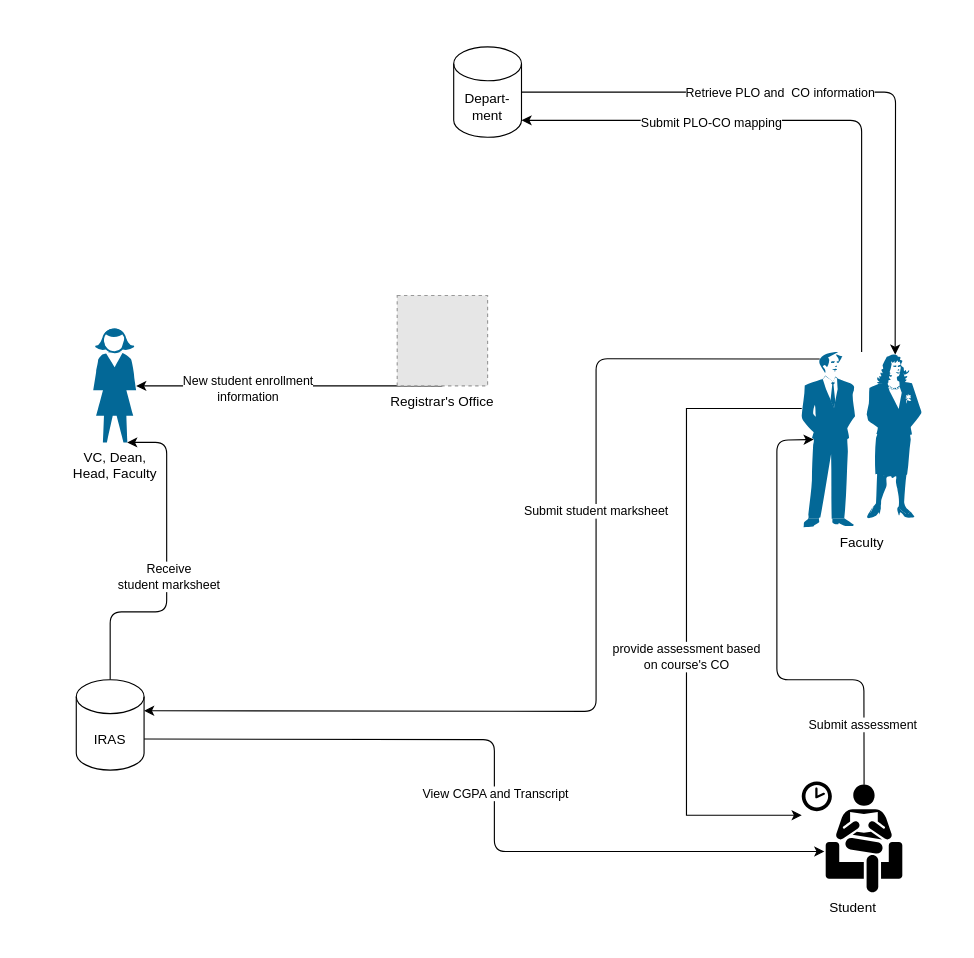
moon672/cse-303-1-spring-2021-group-3 keeps this draw.io diagram as Report/As Is/RichPictureUpdate(1).drawio. Above is the earlier version. Source tidied: cells renumbered, new cells numbered last; positions are measured from the earlier drawing's top-left corner, leaving out a move shared by most shapes. Both pictures are drawn from the tidied source at 113%, with x=0, y=0 at pixel (76, 46). Pictures stored in the file or linked from it are replaced by grey dashed boxes.
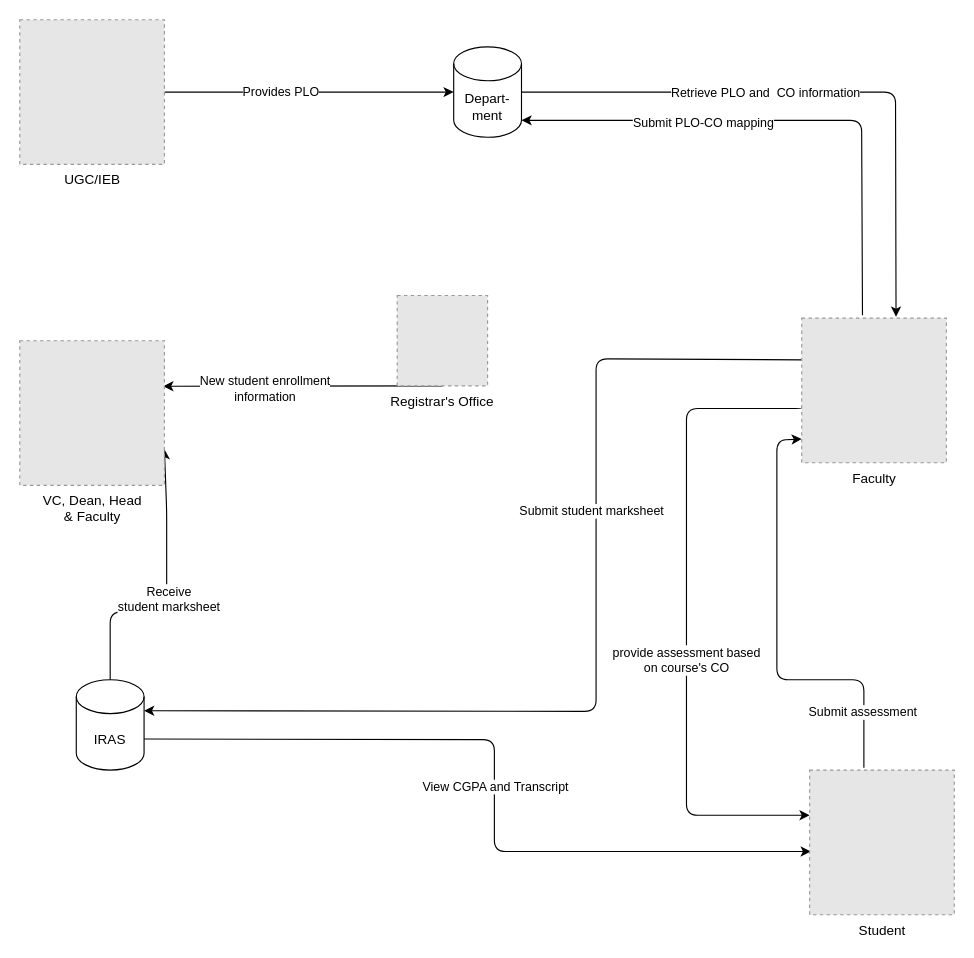
The same diagram, later.

The change refers to these unchanged cells:
```xml
<mxCell id="4" value="Registrar's Office" style="fillColor=#E6E6E6;strokeColor=#999999;dashed=1;verticalLabelPosition=bottom;labelBackgroundColor=#ffffff;verticalAlign=top;" parent="1" vertex="1">
  <mxGeometry x="284" y="220" width="80" height="80" as="geometry" />
</mxCell>
<mxCell id="10" value="Depart-&lt;br&gt;ment" style="shape=cylinder3;whiteSpace=wrap;html=1;boundedLbl=1;backgroundOutline=1;size=15;" parent="1" vertex="1">
  <mxGeometry x="334" width="60" height="80" as="geometry" />
</mxCell>
<mxCell id="23" value="IRAS" style="shape=cylinder3;whiteSpace=wrap;html=1;boundedLbl=1;backgroundOutline=1;size=15;" parent="1" vertex="1">
  <mxGeometry y="560" width="60" height="80" as="geometry" />
</mxCell>
```

What changed in the source:
```diff
@@
-    <mxCell id="2" style="edgeStyle=none;jettySize=auto;html=1;exitX=0.5;exitY=1;exitDx=0;exitDy=0;rounded=1;jumpStyle=arc;jumpSize=13;" parent="1" edge="1" source="4" target="5">
+    <mxCell id="2" style="edgeStyle=none;jettySize=auto;html=1;exitX=0.5;exitY=1;exitDx=0;exitDy=0;rounded=1;jumpStyle=arc;jumpSize=13;entryX=0.992;entryY=0.315;entryDx=0;entryDy=0;entryPerimeter=0;" parent="1" edge="1" source="4" target="24">
       <mxGeometry relative="1" as="geometry" />
     </mxCell>
@@
-    <mxCell id="5" value="VC, Dean,&lt;br&gt;Head, Faculty" style="shape=mxgraph.cisco.people.standing_woman;html=1;dashed=0;fillColor=#036897;strokeColor=#ffffff;strokeWidth=2;verticalLabelPosition=bottom;verticalAlign=top;align=center;outlineConnect=0;" parent="1" vertex="1">
-      <mxGeometry x="15" y="250" width="38" height="100" as="geometry" />
-    </mxCell>
-    <mxCell id="6" style="edgeStyle=none;jettySize=auto;html=1;entryX=0.79;entryY=1;entryDx=0;entryDy=0;entryPerimeter=0;rounded=1;jumpStyle=arc;jumpSize=13;exitX=0.5;exitY=0;exitDx=0;exitDy=0;exitPerimeter=0;" parent="1" edge="1" source="23" target="5">
+    <mxCell id="6" style="edgeStyle=none;jettySize=auto;html=1;rounded=1;jumpStyle=arc;jumpSize=13;exitX=0.5;exitY=0;exitDx=0;exitDy=0;exitPerimeter=0;entryX=1;entryY=0.75;entryDx=0;entryDy=0;" parent="1" edge="1" source="23" target="24">
       <mxGeometry relative="1" as="geometry">
         <Array as="points">
           <mxPoint x="30" y="500" />
           <mxPoint x="80" y="500" />
-          <mxPoint x="80" y="350" />
+          <mxPoint x="80" y="410" />
         </Array>
       </mxGeometry>
     </mxCell>
@@
-    <mxCell id="8" style="edgeStyle=none;rounded=1;jumpStyle=arc;jumpSize=13;jettySize=auto;html=1;exitX=1;exitY=0.5;exitDx=0;exitDy=0;exitPerimeter=0;entryX=0.78;entryY=0.015;entryDx=0;entryDy=0;entryPerimeter=0;" parent="1" edge="1" source="10" target="17">
+    <mxCell id="8" style="edgeStyle=none;rounded=1;jumpStyle=arc;jumpSize=13;jettySize=auto;html=1;exitX=1;exitY=0.5;exitDx=0;exitDy=0;exitPerimeter=0;entryX=0.652;entryY=-0.01;entryDx=0;entryDy=0;entryPerimeter=0;" parent="1" edge="1" source="10" target="17">
       <mxGeometry relative="1" as="geometry">
         <Array as="points">
           <mxPoint x="725" y="40" />
         </Array>
       </mxGeometry>
     </mxCell>
@@
-    <mxCell id="11" style="edgeStyle=none;jumpStyle=arc;jumpSize=13;jettySize=auto;html=1;exitX=0.15;exitY=0.04;exitDx=0;exitDy=0;exitPerimeter=0;entryX=1;entryY=0;entryDx=0;entryDy=27.5;entryPerimeter=0;rounded=1;" parent="1" edge="1" source="17" target="23">
+    <mxCell id="11" style="edgeStyle=none;jumpStyle=arc;jumpSize=13;jettySize=auto;html=1;entryX=1;entryY=0;entryDx=0;entryDy=27.5;entryPerimeter=0;rounded=1;exitX=0;exitY=0.289;exitDx=0;exitDy=0;exitPerimeter=0;" parent="1" edge="1" source="17" target="23">
       <mxGeometry relative="1" as="geometry">
         <Array as="points">
           <mxPoint x="460" y="276" />
           <mxPoint x="460" y="588" />
         </Array>
       </mxGeometry>
     </mxCell>
@@
-    <mxCell id="13" style="edgeStyle=none;rounded=1;jumpStyle=arc;jumpSize=13;jettySize=auto;html=1;exitX=0.5;exitY=0;exitDx=0;exitDy=0;exitPerimeter=0;entryX=1;entryY=1;entryDx=0;entryDy=-15;entryPerimeter=0;" parent="1" edge="1" source="17" target="10">
+    <mxCell id="13" style="edgeStyle=none;rounded=1;jumpStyle=arc;jumpSize=13;jettySize=auto;html=1;entryX=1;entryY=1;entryDx=0;entryDy=-15;entryPerimeter=0;exitX=0.42;exitY=-0.019;exitDx=0;exitDy=0;exitPerimeter=0;" parent="1" edge="1" source="17" target="10">
       <mxGeometry relative="1" as="geometry">
         <Array as="points">
           <mxPoint x="695" y="65" />
         </Array>
       </mxGeometry>
     </mxCell>
@@
-    <mxCell id="15" style="edgeStyle=orthogonalEdgeStyle;rounded=0;jettySize=auto;html=1;" parent="1" edge="1" source="17" target="20">
+    <mxCell id="15" style="edgeStyle=orthogonalEdgeStyle;rounded=1;jettySize=auto;html=1;exitX=0;exitY=0.617;exitDx=0;exitDy=0;exitPerimeter=0;" parent="1" edge="1" source="17" target="20">
       <mxGeometry relative="1" as="geometry">
         <Array as="points">
+          <mxPoint x="642" y="320" />
           <mxPoint x="540" y="320" />
           <mxPoint x="540" y="680" />
         </Array>
       </mxGeometry>
     </mxCell>
@@
-    <mxCell id="17" value="Faculty" style="shape=mxgraph.cisco.people.man_woman;html=1;dashed=0;fillColor=#036897;strokeColor=#ffffff;strokeWidth=2;verticalLabelPosition=bottom;verticalAlign=top;align=center;outlineConnect=0;" parent="1" vertex="1">
-      <mxGeometry x="642" y="270" width="106" height="155" as="geometry" />
-    </mxCell>
-    <mxCell id="18" style="edgeStyle=none;jettySize=auto;html=1;exitX=0.62;exitY=0.03;exitDx=0;exitDy=0;exitPerimeter=0;rounded=1;entryX=0.1;entryY=0.5;entryDx=0;entryDy=0;entryPerimeter=0;" parent="1" edge="1" source="20" target="17">
+    <mxCell id="18" style="edgeStyle=none;jettySize=auto;html=1;exitX=0.375;exitY=-0.016;exitDx=0;exitDy=0;exitPerimeter=0;rounded=1;entryX=0;entryY=0.836;entryDx=0;entryDy=0;entryPerimeter=0;" parent="1" edge="1" source="20" target="17">
       <mxGeometry relative="1" as="geometry">
         <Array as="points">
           <mxPoint x="697" y="560" />
           <mxPoint x="620" y="560" />
           <mxPoint x="620" y="348" />
         </Array>
       </mxGeometry>
     </mxCell>
@@
-    <mxCell id="20" value="Student" style="shape=mxgraph.signs.people.waiting_room_2;html=1;fillColor=#000000;strokeColor=none;verticalLabelPosition=bottom;verticalAlign=top;align=center;" parent="1" vertex="1">
-      <mxGeometry x="642" y="650" width="89" height="98" as="geometry" />
-    </mxCell>
-    <mxCell id="21" style="edgeStyle=none;jettySize=auto;html=1;exitX=1;exitY=0;exitDx=0;exitDy=52.5;exitPerimeter=0;entryX=0.225;entryY=0.633;entryDx=0;entryDy=0;entryPerimeter=0;rounded=1;jumpStyle=arc;jumpSize=13;" parent="1" edge="1" source="23" target="20">
+    <mxCell id="21" style="edgeStyle=none;jettySize=auto;html=1;exitX=1;exitY=0;exitDx=0;exitDy=52.5;exitPerimeter=0;entryX=0.008;entryY=0.563;entryDx=0;entryDy=0;entryPerimeter=0;rounded=1;jumpStyle=arc;jumpSize=13;" parent="1" edge="1" source="23" target="20">
       <mxGeometry relative="1" as="geometry">
         <Array as="points">
           <mxPoint x="370" y="613" />
           <mxPoint x="370" y="712" />
         </Array>
       </mxGeometry>
     </mxCell>
@@
+    <mxCell id="17" value="&lt;div&gt;Faculty&lt;/div&gt;" style="fillColor=#E6E6E6;strokeColor=#999999;dashed=1;html=1;verticalAlign=top;verticalLabelPosition=bottom;labelBackgroundColor=#ffffff;" parent="1" vertex="1">
+      <mxGeometry x="642" y="240" width="128" height="128" as="geometry" />
+    </mxCell>
+    <mxCell id="24" value="&lt;div&gt;VC, Dean, Head&lt;/div&gt;&lt;div&gt;&amp;amp; Faculty&lt;br&gt;&lt;/div&gt;" style="fillColor=#E6E6E6;strokeColor=#999999;dashed=1;html=1;verticalAlign=top;verticalLabelPosition=bottom;labelBackgroundColor=#ffffff;" parent="1" vertex="1">
+      <mxGeometry x="-50" y="260" width="128" height="128" as="geometry" />
+    </mxCell>
+    <mxCell id="20" value="Student" style="fillColor=#E6E6E6;strokeColor=#999999;dashed=1;html=1;verticalAlign=top;verticalLabelPosition=bottom;labelBackgroundColor=#ffffff;" parent="1" vertex="1">
+      <mxGeometry x="649" y="640" width="128" height="128" as="geometry" />
+    </mxCell>
+    <mxCell id="25" style="edgeStyle=orthogonalEdgeStyle;rounded=1;jettySize=auto;html=1;" parent="1" edge="1" source="27" target="10">
+      <mxGeometry relative="1" as="geometry" />
+    </mxCell>
+    <mxCell id="26" value="Provides PLO" style="edgeLabel;html=1;align=center;verticalAlign=middle;" parent="25" vertex="1">
+      <mxGeometry x="-0.2" y="1" relative="1" as="geometry" />
+    </mxCell>
+    <mxCell id="27" value="UGC/IEB" style="fillColor=#E6E6E6;strokeColor=#999999;dashed=1;html=1;verticalAlign=top;verticalLabelPosition=bottom;labelBackgroundColor=#ffffff;" parent="1" vertex="1">
+      <mxGeometry x="-50" y="-24" width="128" height="128" as="geometry" />
+    </mxCell>
```
